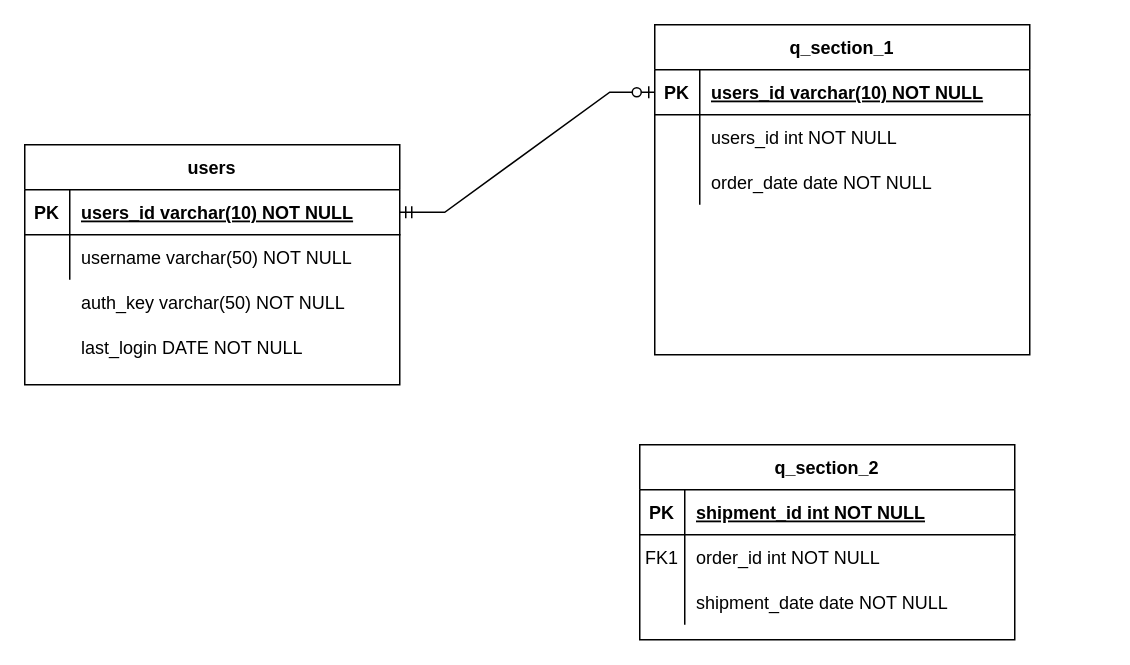
The draw.io diagram DB-diagram/db-diagram.drawio in VeteransBenefits-UNO-Team/USVBN, before the edit. Source tidied: cells renumbered, new cells numbered last; positions are measured from the earlier drawing's top-left corner, leaving out a move shared by most shapes. Both pictures are drawn from the tidied source at 150%, with x=0, y=0 at pixel (24, 24).
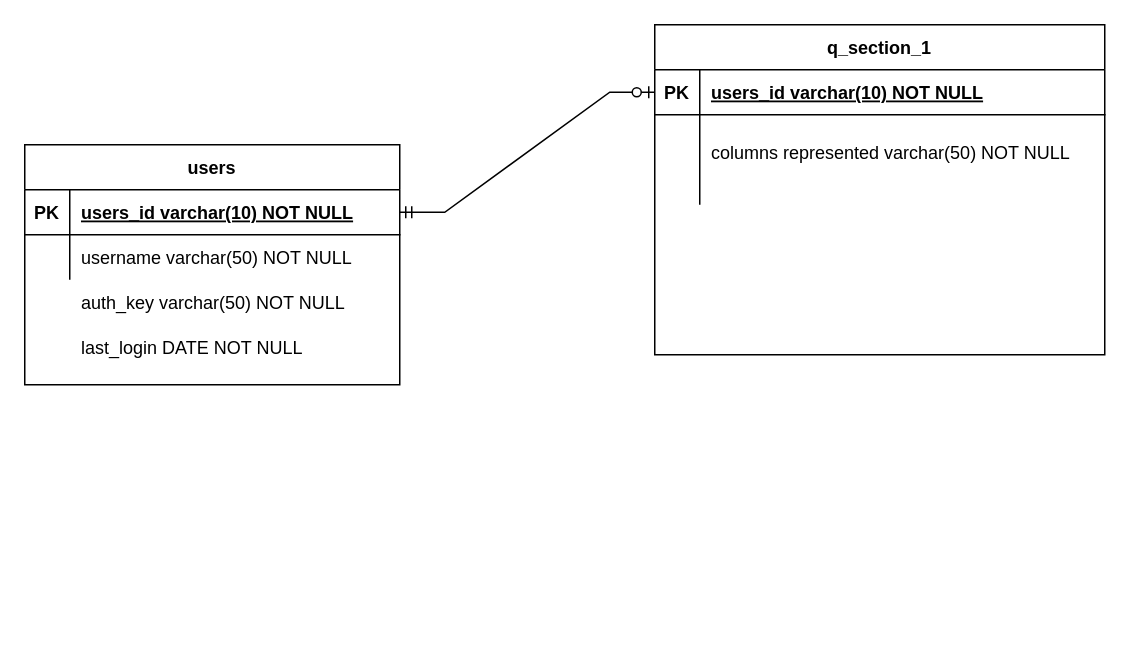
The same diagram, later.

The edit, as a diff of the source:
```diff
@@
     <mxCell id="2" value="q_section_1" style="shape=table;startSize=30;childLayout=tableLayout;rowLines=0;fontStyle=1;align=center;" parent="1" vertex="1">
-      <mxGeometry x="420" width="250" height="220" as="geometry" />
+      <mxGeometry x="420" width="300" height="220" as="geometry" />
     </mxCell>
     <mxCell id="3" style="shape=partialRectangle;fillColor=none;points=[[0,0.5],[1,0.5]];portConstraint=eastwest;top=0;left=0;right=0;bottom=1;" parent="2" vertex="1">
-      <mxGeometry y="30" width="250" height="30" as="geometry" />
+      <mxGeometry y="30" width="300" height="30" as="geometry" />
     </mxCell>
@@
     <mxCell id="5" value="users_id varchar(10) NOT NULL " style="shape=partialRectangle;overflow=hidden;fillColor=none;top=0;left=0;bottom=0;right=0;align=left;spacingLeft=6;fontStyle=5;" parent="3" vertex="1">
-      <mxGeometry x="30" width="220" height="30" as="geometry" />
+      <mxGeometry x="30" width="270" height="30" as="geometry" />
     </mxCell>
     <mxCell id="6" style="shape=partialRectangle;fillColor=none;top=0;left=0;right=0;bottom=0;" parent="2" vertex="1">
-      <mxGeometry y="60" width="250" height="30" as="geometry" />
+      <mxGeometry y="60" width="300" height="30" as="geometry" />
     </mxCell>
@@
-    <mxCell id="8" value="users_id int NOT NULL" style="shape=partialRectangle;overflow=hidden;fillColor=none;top=0;left=0;bottom=0;right=0;align=left;spacingLeft=6;" parent="6" vertex="1">
-      <mxGeometry x="30" width="220" height="30" as="geometry" />
+    <mxCell id="8" style="shape=partialRectangle;overflow=hidden;fillColor=none;top=0;left=0;bottom=0;right=0;align=left;spacingLeft=6;" parent="6" vertex="1">
+      <mxGeometry x="30" width="270" height="30" as="geometry" />
     </mxCell>
     <mxCell id="9" style="shape=partialRectangle;fillColor=none;top=0;left=0;right=0;bottom=0;" parent="2" vertex="1">
-      <mxGeometry y="90" width="250" height="30" as="geometry" />
+      <mxGeometry y="90" width="300" height="30" as="geometry" />
     </mxCell>
@@
-    <mxCell id="11" value="order_date date NOT NULL" style="shape=partialRectangle;overflow=hidden;fillColor=none;top=0;left=0;bottom=0;right=0;align=left;spacingLeft=6;" parent="9" vertex="1">
-      <mxGeometry x="30" width="220" height="30" as="geometry" />
+    <mxCell id="11" style="shape=partialRectangle;overflow=hidden;fillColor=none;top=0;left=0;bottom=0;right=0;align=left;spacingLeft=6;" parent="9" vertex="1">
+      <mxGeometry x="30" width="270" height="30" as="geometry" />
     </mxCell>
-    <mxCell id="12" value="q_section_2" style="shape=table;startSize=30;childLayout=tableLayout;rowLines=0;fontStyle=1;align=center;" parent="1" vertex="1">
-      <mxGeometry x="410" y="280" width="250" height="130" as="geometry" />
-    </mxCell>
-    <mxCell id="13" style="shape=partialRectangle;fillColor=none;top=0;left=0;right=0;bottom=1;" parent="12" vertex="1">
-      <mxGeometry y="30" width="250" height="30" as="geometry" />
-    </mxCell>
-    <mxCell id="14" value="PK" style="shape=partialRectangle;overflow=hidden;fillColor=none;top=0;left=0;bottom=0;right=0;fontStyle=1;" parent="13" vertex="1">
-      <mxGeometry width="30" height="30" as="geometry" />
-    </mxCell>
-    <mxCell id="15" value="shipment_id int NOT NULL " style="shape=partialRectangle;overflow=hidden;fillColor=none;top=0;left=0;bottom=0;right=0;align=left;spacingLeft=6;fontStyle=5;" parent="13" vertex="1">
-      <mxGeometry x="30" width="220" height="30" as="geometry" />
-    </mxCell>
-    <mxCell id="16" style="shape=partialRectangle;fillColor=none;top=0;left=0;right=0;bottom=0;" parent="12" vertex="1">
-      <mxGeometry y="60" width="250" height="30" as="geometry" />
-    </mxCell>
-    <mxCell id="17" value="FK1" style="shape=partialRectangle;overflow=hidden;fillColor=none;top=0;left=0;bottom=0;right=0;" parent="16" vertex="1">
-      <mxGeometry width="30" height="30" as="geometry" />
-    </mxCell>
-    <mxCell id="18" value="order_id int NOT NULL" style="shape=partialRectangle;overflow=hidden;fillColor=none;top=0;left=0;bottom=0;right=0;align=left;spacingLeft=6;" parent="16" vertex="1">
-      <mxGeometry x="30" width="220" height="30" as="geometry" />
-    </mxCell>
-    <mxCell id="19" style="shape=partialRectangle;fillColor=none;top=0;left=0;right=0;bottom=0;" parent="12" vertex="1">
-      <mxGeometry y="90" width="250" height="30" as="geometry" />
-    </mxCell>
-    <mxCell id="20" style="shape=partialRectangle;overflow=hidden;fillColor=none;top=0;left=0;bottom=0;right=0;" parent="19" vertex="1">
-      <mxGeometry width="30" height="30" as="geometry" />
-    </mxCell>
-    <mxCell id="21" value="shipment_date date NOT NULL" style="shape=partialRectangle;overflow=hidden;fillColor=none;top=0;left=0;bottom=0;right=0;align=left;spacingLeft=6;" parent="19" vertex="1">
-      <mxGeometry x="30" width="220" height="30" as="geometry" />
-    </mxCell>
@@
+    <mxCell id="32" value="columns represented varchar(50) NOT NULL" style="shape=partialRectangle;overflow=hidden;fillColor=none;top=0;left=0;bottom=0;right=0;align=left;spacingLeft=6;" parent="1" vertex="1">
+      <mxGeometry x="450" y="70" width="250" height="30" as="geometry" />
+    </mxCell>
```
